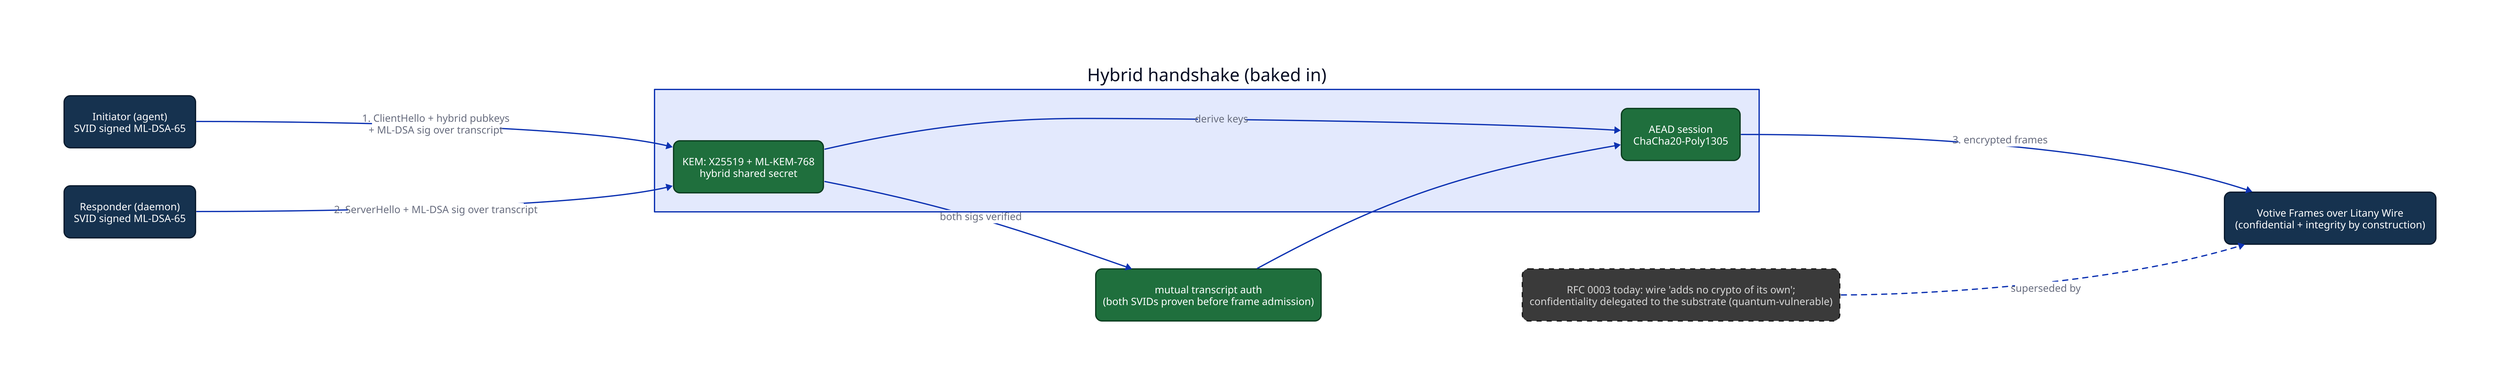
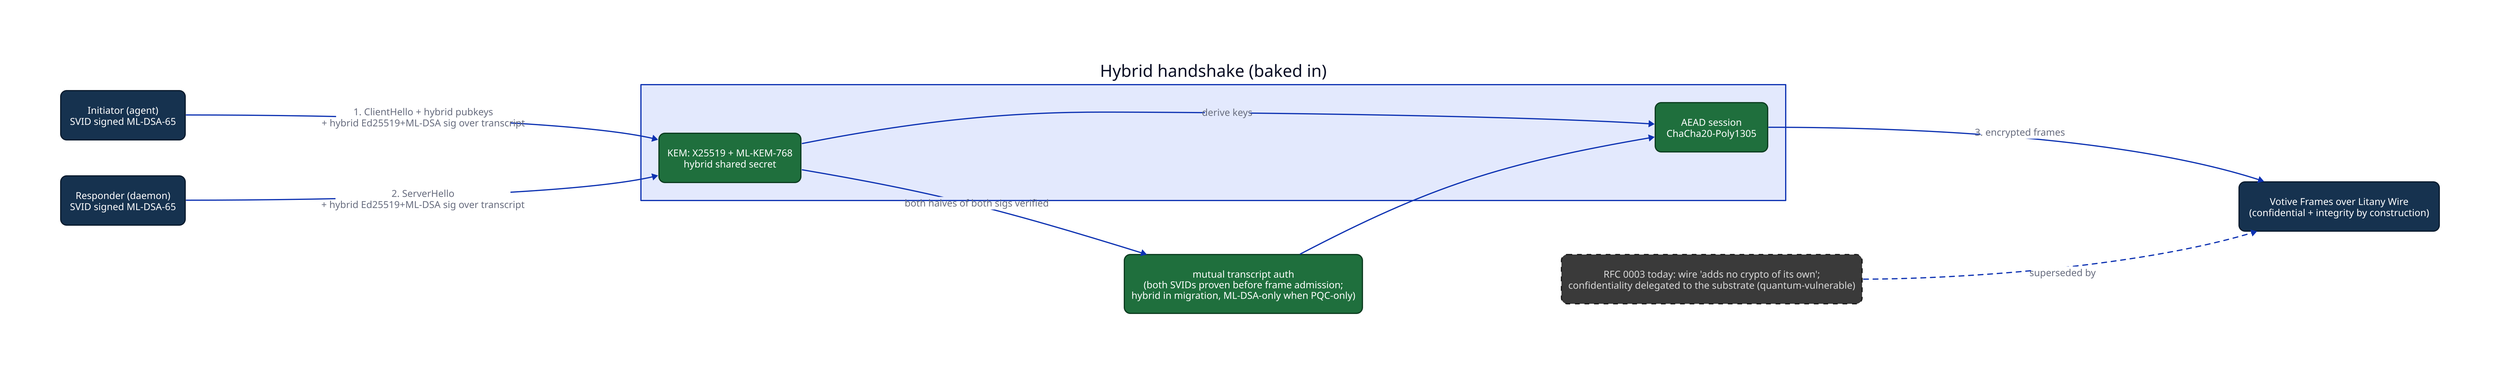
# RFC 0007 · Fig 1 — Post-quantum hybrid handshake on the Litany Wire.
# Source of truth: edit this .d2, then `task diagrams` to regenerate the .svg.
# Do NOT hand-edit the rendered SVG.
direction: right

classes: {
  pq: {
    style: {fill: "#16324f"; stroke: "#0a1b2e"; font-color: "#ffffff"; border-radius: 10}
  }
  classic: {
    style: {fill: "#3a3a3a"; stroke: "#1a1a1a"; font-color: "#d8d8d8"; stroke-dash: 4; border-radius: 10}
  }
  secret: {
    style: {fill: "#1f6f3d"; stroke: "#0c3d20"; font-color: "#ffffff"; border-radius: 10}
  }
}

initiator: "Initiator (agent)\nSVID signed ML-DSA-65" {class: pq}
responder: "Responder (daemon)\nSVID signed ML-DSA-65" {class: pq}

handshake: "Hybrid handshake (baked in)" {
  kem: "KEM: X25519 + ML-KEM-768\nhybrid shared secret" {class: secret}
  aead: "AEAD session\nChaCha20-Poly1305" {class: secret}
  kem -> aead: derive keys
}

frames: "Votive Frames over Litany Wire\n(confidential + integrity by construction)" {class: pq}

- initiator -> handshake.kem: "1. ClientHello + hybrid pubkeys\n+ ML-DSA sig over transcript"
- responder -> handshake.kem: "2. ServerHello + ML-DSA sig over transcript"
- handshake.kem -> mutual: "both sigs verified"
- mutual: "mutual transcript auth\n(both SVIDs proven before frame admission)" {class: secret}
+ initiator -> handshake.kem: "1. ClientHello + hybrid pubkeys\n+ hybrid Ed25519+ML-DSA sig over transcript"
+ responder -> handshake.kem: "2. ServerHello\n+ hybrid Ed25519+ML-DSA sig over transcript"
+ handshake.kem -> mutual: "both halves of both sigs verified"
+ mutual: "mutual transcript auth\n(both SVIDs proven before frame admission;\nhybrid in migration, ML-DSA-only when PQC-only)" {class: secret}
mutual -> handshake.aead
handshake.aead -> frames: "3. encrypted frames"

today: "RFC 0003 today: wire 'adds no crypto of its own';\nconfidentiality delegated to the substrate (quantum-vulnerable)" {class: classic}
today -> frames: "superseded by" {style.stroke-dash: 4}
